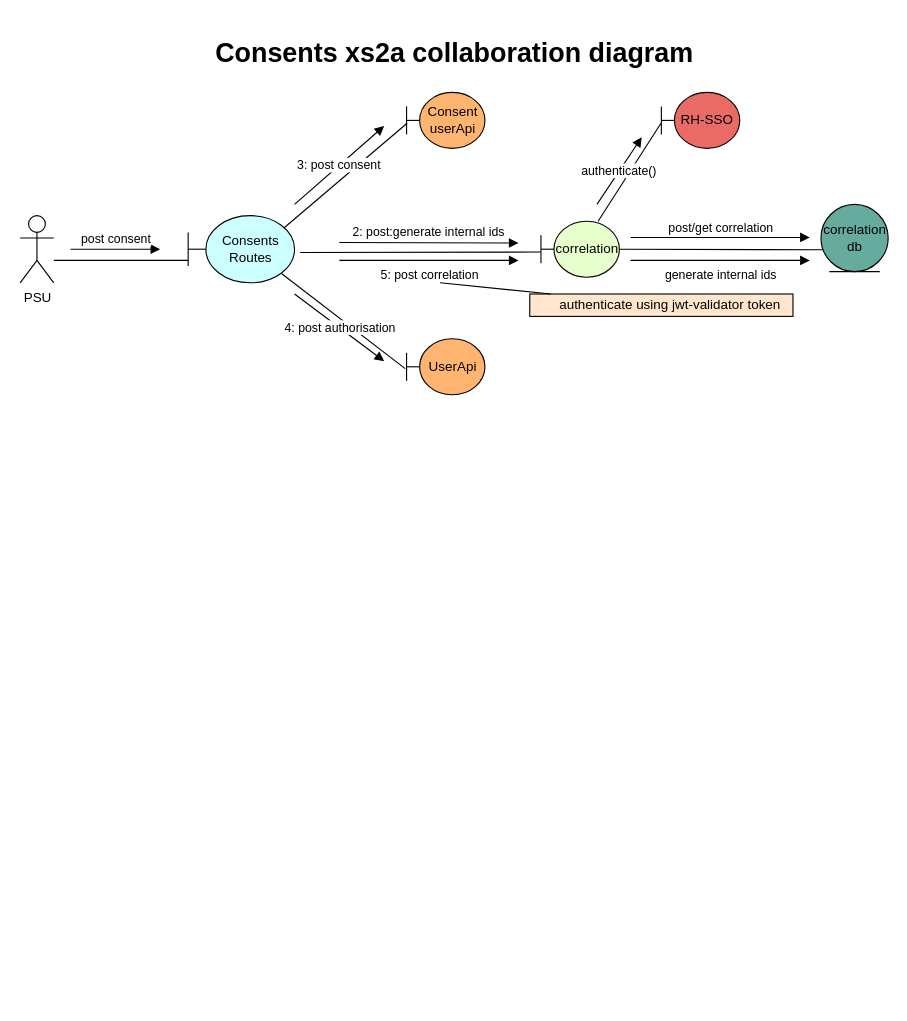
Before: Consents.drawio in zirconias/zirconias, a draw.io diagram. Source tidied: cells renumbered, new cells numbered last; positions are measured from the earlier drawing's top-left corner, leaving out a move shared by most shapes. Both pictures are drawn from the tidied source at 112%, with x=0, y=0 at pixel (20, 30).
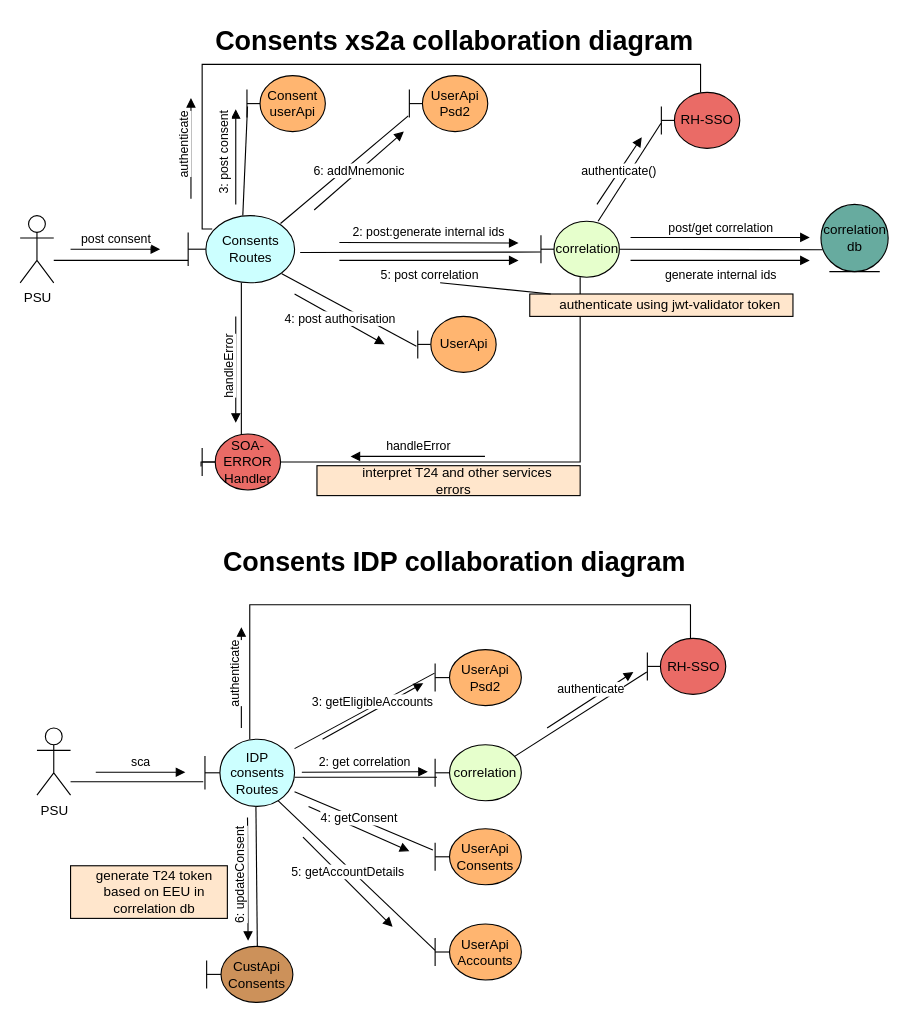
The same page after the edit.

The change refers to these unchanged cells:
```xml
<mxCell id="7" value="Consents&lt;br&gt;Routes&lt;br&gt;" style="shape=umlBoundary;whiteSpace=wrap;html=1;fillColor=#CCFFFF;" parent="1" vertex="1">
  <mxGeometry x="149.5" y="165" width="95" height="60" as="geometry" />
</mxCell>
<mxCell id="15" value="correlation" style="shape=umlBoundary;whiteSpace=wrap;html=1;fillColor=#E6FFCC;" parent="1" vertex="1">
  <mxGeometry x="464.5" y="170" width="70" height="50" as="geometry" />
</mxCell>
<mxCell id="23" value="RH-SSO" style="shape=umlBoundary;whiteSpace=wrap;html=1;fillColor=#EA6B66;" parent="1" vertex="1">
  <mxGeometry x="572" y="55" width="70" height="50" as="geometry" />
</mxCell>
```

What changed in the source:
```diff
@@
-    <mxCell id="4" style="rounded=0;jettySize=auto;html=1;exitX=0.897;exitY=0.188;exitDx=0;exitDy=0;exitPerimeter=0;endArrow=none;endFill=0;entryX=0.007;entryY=0.55;entryDx=0;entryDy=0;entryPerimeter=0;" parent="1" edge="1" source="7" target="10">
+    <mxCell id="4" style="rounded=0;jettySize=auto;html=1;endArrow=none;endFill=0;entryX=0.007;entryY=0.55;entryDx=0;entryDy=0;entryPerimeter=0;" parent="1" edge="1" source="7" target="10">
       <mxGeometry relative="1" as="geometry" />
     </mxCell>
@@
+    <mxCell id="29" style="edgeStyle=orthogonalEdgeStyle;rounded=0;jettySize=auto;html=1;endArrow=none;endFill=0;" parent="1" edge="1" source="7" target="34">
+      <mxGeometry relative="1" as="geometry" />
+    </mxCell>
+    <mxCell id="30" style="edgeStyle=none;rounded=0;jettySize=auto;html=1;entryX=-0.014;entryY=0.72;entryDx=0;entryDy=0;entryPerimeter=0;endArrow=none;endFill=0;exitX=0.868;exitY=0.117;exitDx=0;exitDy=0;exitPerimeter=0;" parent="1" edge="1" source="7" target="67">
+      <mxGeometry relative="1" as="geometry" />
+    </mxCell>
+    <mxCell id="31" style="edgeStyle=orthogonalEdgeStyle;rounded=0;jettySize=auto;html=1;endArrow=none;endFill=0;exitX=0.226;exitY=0.2;exitDx=0;exitDy=0;exitPerimeter=0;" parent="1" edge="1" source="7" target="23">
+      <mxGeometry relative="1" as="geometry">
+        <Array as="points">
+          <mxPoint x="162" y="177" />
+          <mxPoint x="162" y="30" />
+          <mxPoint x="607" y="30" />
+        </Array>
+      </mxGeometry>
+    </mxCell>
@@
-    <mxCell id="9" value="3: post consent&lt;br&gt;" style="verticalAlign=middle;endArrow=block;shadow=0;strokeColor=#000000;labelBorderColor=none;html=1;horizontal=1;fontStyle=0;" parent="1" edge="1">
-      <mxGeometry relative="1" as="geometry">
-        <mxPoint x="244.5" y="155" as="sourcePoint" />
-        <mxPoint x="324.5" y="85" as="targetPoint" />
+    <mxCell id="9" value="3: post consent&lt;br&gt;" style="verticalAlign=middle;endArrow=block;shadow=0;strokeColor=#000000;labelBorderColor=none;html=1;horizontal=0;fontStyle=0;" parent="1" edge="1">
+      <mxGeometry x="0.08" y="10" relative="1" as="geometry">
+        <mxPoint x="192" y="155" as="sourcePoint" />
+        <mxPoint x="192" y="70" as="targetPoint" />
       </mxGeometry>
     </mxCell>
     <mxCell id="10" value="Consent userApi&lt;br&gt;" style="shape=umlBoundary;whiteSpace=wrap;html=1;fillColor=#FFB570;" parent="1" vertex="1">
-      <mxGeometry x="344.5" y="55" width="70" height="50" as="geometry" />
+      <mxGeometry x="202" y="40" width="70" height="50" as="geometry" />
     </mxCell>
     <mxCell id="11" value="UserApi&lt;br&gt;" style="shape=umlBoundary;whiteSpace=wrap;html=1;fillColor=#FFB570;" parent="1" vertex="1">
-      <mxGeometry x="344.5" y="275" width="70" height="50" as="geometry" />
+      <mxGeometry x="354.5" y="255" width="70" height="50" as="geometry" />
     </mxCell>
     <mxCell id="12" value="4: post authorisation&lt;br&gt;" style="verticalAlign=middle;endArrow=block;shadow=0;strokeColor=#000000;labelBorderColor=none;html=1;horizontal=1;fontStyle=0;" parent="1" edge="1">
       <mxGeometry relative="1" as="geometry">
         <mxPoint x="244.5" y="235" as="sourcePoint" />
-        <mxPoint x="324.5" y="295" as="targetPoint" />
+        <mxPoint x="325" y="280" as="targetPoint" />
       </mxGeometry>
     </mxCell>
@@
+    <mxCell id="32" style="edgeStyle=orthogonalEdgeStyle;rounded=0;jettySize=auto;html=1;endArrow=none;endFill=0;entryX=-0.014;entryY=0.58;entryDx=0;entryDy=0;entryPerimeter=0;" parent="1" edge="1" source="15" target="34">
+      <mxGeometry relative="1" as="geometry">
+        <Array as="points">
+          <mxPoint x="500" y="385" />
+          <mxPoint x="161" y="385" />
+        </Array>
+      </mxGeometry>
+    </mxCell>
@@
     <mxCell id="28" value="Consents xs2a collaboration diagram" style="text;strokeColor=none;fillColor=none;html=1;fontSize=24;fontStyle=1;verticalAlign=middle;align=center;" parent="1" vertex="1">
-      <mxGeometry x="337" width="100" height="40" as="geometry" />
+      <mxGeometry x="337" y="-10" width="100" height="40" as="geometry" />
     </mxCell>
+    <mxCell id="33" value="Consents IDP collaboration diagram" style="text;strokeColor=none;fillColor=none;html=1;fontSize=24;fontStyle=1;verticalAlign=middle;align=center;" parent="1" vertex="1">
+      <mxGeometry x="337" y="455" width="100" height="40" as="geometry" />
+    </mxCell>
+    <mxCell id="34" value="SOA-ERROR&lt;br&gt;Handler&lt;br&gt;" style="shape=umlBoundary;whiteSpace=wrap;html=1;fillColor=#EA6B66;" parent="1" vertex="1">
+      <mxGeometry x="162" y="360" width="70" height="50" as="geometry" />
+    </mxCell>
+    <mxCell id="35" value="handleError" style="html=1;verticalAlign=bottom;endArrow=block;" parent="1" edge="1">
+      <mxGeometry relative="1" as="geometry">
+        <mxPoint x="414.5" y="380" as="sourcePoint" />
+        <mxPoint x="294.5" y="380" as="targetPoint" />
+      </mxGeometry>
+    </mxCell>
+    <mxCell id="36" value="handleError" style="html=1;verticalAlign=bottom;endArrow=block;horizontal=0;" parent="1" edge="1">
+      <mxGeometry relative="1" as="geometry">
+        <mxPoint x="192" y="255" as="sourcePoint" />
+        <mxPoint x="192" y="350" as="targetPoint" />
+      </mxGeometry>
+    </mxCell>
+    <mxCell id="37" style="group;" parent="1" vertex="1">
+      <mxGeometry x="264.5" y="375" width="235" height="90" as="geometry" />
+    </mxCell>
+    <mxCell id="38" style="group;" parent="37" vertex="1">
+      <mxGeometry width="235" height="80" as="geometry" />
+    </mxCell>
+    <mxCell id="39" style="rounded=0;whiteSpace=wrap;html=1;fillColor=#FFE6CC;" parent="38" vertex="1">
+      <mxGeometry y="13.3" width="235" height="26.7" as="geometry" />
+    </mxCell>
+    <mxCell id="40" value="interpret T24 and other services errors&amp;nbsp;&amp;nbsp;" style="text;html=1;strokeColor=none;fillColor=none;align=center;verticalAlign=middle;whiteSpace=wrap;rounded=0;" parent="38" vertex="1">
+      <mxGeometry x="20" y="13.3" width="210" height="26.7" as="geometry" />
+    </mxCell>
+    <mxCell id="41" style="edgeStyle=orthogonalEdgeStyle;rounded=0;jettySize=auto;html=1;entryX=-0.019;entryY=0.633;entryDx=0;entryDy=0;entryPerimeter=0;endArrow=none;endFill=0;" parent="1" edge="1" source="42" target="49">
+      <mxGeometry relative="1" as="geometry">
+        <Array as="points">
+          <mxPoint x="77" y="670.5" />
+          <mxPoint x="77" y="670.5" />
+        </Array>
+      </mxGeometry>
+    </mxCell>
+    <mxCell id="42" value="PSU&lt;br&gt;" style="shape=umlActor;verticalLabelPosition=bottom;labelBackgroundColor=#ffffff;verticalAlign=top;html=1;outlineConnect=0;" parent="1" vertex="1">
+      <mxGeometry x="14.5" y="622.5" width="30" height="60" as="geometry" />
+    </mxCell>
+    <mxCell id="43" style="edgeStyle=orthogonalEdgeStyle;rounded=0;jettySize=auto;html=1;entryX=0.021;entryY=0.58;entryDx=0;entryDy=0;entryPerimeter=0;endArrow=none;endFill=0;" parent="1" edge="1" source="49" target="52">
+      <mxGeometry relative="1" as="geometry">
+        <Array as="points">
+          <mxPoint x="277" y="666.5" />
+          <mxPoint x="277" y="666.5" />
+        </Array>
+      </mxGeometry>
+    </mxCell>
+    <mxCell id="44" style="rounded=0;jettySize=auto;html=1;entryX=-0.007;entryY=0.42;entryDx=0;entryDy=0;entryPerimeter=0;endArrow=none;endFill=0;" parent="1" edge="1" source="49" target="54">
+      <mxGeometry relative="1" as="geometry" />
+    </mxCell>
+    <mxCell id="45" style="edgeStyle=none;rounded=0;jettySize=auto;html=1;entryX=-0.026;entryY=0.38;entryDx=0;entryDy=0;entryPerimeter=0;endArrow=none;endFill=0;" parent="1" edge="1" source="49" target="56">
+      <mxGeometry relative="1" as="geometry" />
+    </mxCell>
+    <mxCell id="46" style="edgeStyle=none;rounded=0;jettySize=auto;html=1;entryX=0.591;entryY=0.5;entryDx=0;entryDy=0;entryPerimeter=0;endArrow=none;endFill=0;" parent="1" edge="1" target="58">
+      <mxGeometry relative="1" as="geometry">
+        <mxPoint x="210" y="692.5" as="sourcePoint" />
+      </mxGeometry>
+    </mxCell>
+    <mxCell id="47" style="edgeStyle=orthogonalEdgeStyle;rounded=0;jettySize=auto;html=1;endArrow=none;endFill=0;" parent="1" edge="1" source="49" target="65">
+      <mxGeometry relative="1" as="geometry">
+        <Array as="points">
+          <mxPoint x="205" y="512.5" />
+          <mxPoint x="598" y="512.5" />
+        </Array>
+      </mxGeometry>
+    </mxCell>
+    <mxCell id="48" style="rounded=0;jettySize=auto;html=1;entryX=0;entryY=0.47;entryDx=0;entryDy=0;entryPerimeter=0;endArrow=none;endFill=0;" parent="1" edge="1" target="71">
+      <mxGeometry relative="1" as="geometry">
+        <mxPoint x="222" y="680" as="sourcePoint" />
+      </mxGeometry>
+    </mxCell>
+    <mxCell id="49" value="IDP consents Routes" style="shape=umlBoundary;whiteSpace=wrap;html=1;fillColor=#CCFFFF;" parent="1" vertex="1">
+      <mxGeometry x="164.5" y="632.5" width="80" height="60" as="geometry" />
+    </mxCell>
+    <mxCell id="50" value="sca&lt;br&gt;" style="html=1;verticalAlign=bottom;endArrow=block;" parent="1" edge="1">
+      <mxGeometry relative="1" as="geometry">
+        <mxPoint x="67" y="662" as="sourcePoint" />
+        <mxPoint x="147" y="662" as="targetPoint" />
+      </mxGeometry>
+    </mxCell>
+    <mxCell id="51" style="edgeStyle=none;rounded=0;jettySize=auto;html=1;endArrow=none;endFill=0;exitX=0.909;exitY=0.22;exitDx=0;exitDy=0;exitPerimeter=0;" parent="1" edge="1" source="52">
+      <mxGeometry relative="1" as="geometry">
+        <mxPoint x="559" y="572.5" as="targetPoint" />
+      </mxGeometry>
+    </mxCell>
+    <mxCell id="52" value="correlation" style="shape=umlBoundary;whiteSpace=wrap;html=1;fillColor=#E6FFCC;" parent="1" vertex="1">
+      <mxGeometry x="370" y="637.5" width="77" height="50" as="geometry" />
+    </mxCell>
+    <mxCell id="53" value="2: get correlation&lt;br&gt;" style="html=1;verticalAlign=bottom;endArrow=block;" parent="1" edge="1">
+      <mxGeometry relative="1" as="geometry">
+        <mxPoint x="251" y="662" as="sourcePoint" />
+        <mxPoint x="363.5" y="661.5" as="targetPoint" />
+      </mxGeometry>
+    </mxCell>
+    <mxCell id="54" value="UserApi&lt;br&gt;Psd2&lt;br&gt;" style="shape=umlBoundary;whiteSpace=wrap;html=1;fillColor=#FFB570;" parent="1" vertex="1">
+      <mxGeometry x="370" y="552.5" width="77" height="50" as="geometry" />
+    </mxCell>
+    <mxCell id="55" value="3: getEligibleAccounts" style="html=1;verticalAlign=bottom;endArrow=block;" parent="1" edge="1">
+      <mxGeometry relative="1" as="geometry">
+        <mxPoint x="269.5" y="632.5" as="sourcePoint" />
+        <mxPoint x="359.5" y="582.5" as="targetPoint" />
+      </mxGeometry>
+    </mxCell>
+    <mxCell id="56" value="UserApi&lt;br&gt;Consents&lt;br&gt;" style="shape=umlBoundary;whiteSpace=wrap;html=1;fillColor=#FFB570;" parent="1" vertex="1">
+      <mxGeometry x="370" y="712.5" width="77" height="50" as="geometry" />
+    </mxCell>
+    <mxCell id="57" value="4: getConsent" style="html=1;verticalAlign=bottom;endArrow=block;" parent="1" edge="1">
+      <mxGeometry relative="1" as="geometry">
+        <mxPoint x="257" y="692.5" as="sourcePoint" />
+        <mxPoint x="347" y="732.5" as="targetPoint" />
+      </mxGeometry>
+    </mxCell>
+    <mxCell id="58" value="CustApi&lt;br&gt;Consents&lt;br&gt;" style="shape=umlBoundary;whiteSpace=wrap;html=1;fillColor=#CC915A;" parent="1" vertex="1">
+      <mxGeometry x="166" y="817.5" width="77" height="50" as="geometry" />
+    </mxCell>
+    <mxCell id="59" value="6: updateConsent" style="html=1;verticalAlign=bottom;endArrow=block;horizontal=0;" parent="1" edge="1">
+      <mxGeometry relative="1" as="geometry">
+        <mxPoint x="202.5" y="702.5" as="sourcePoint" />
+        <mxPoint x="203" y="812.5" as="targetPoint" />
+      </mxGeometry>
+    </mxCell>
+    <mxCell id="60" style="group;" parent="1" vertex="1">
+      <mxGeometry x="17" y="752.5" width="140" height="90" as="geometry" />
+    </mxCell>
+    <mxCell id="61" style="group;" parent="60" vertex="1">
+      <mxGeometry width="140" height="90" as="geometry" />
+    </mxCell>
+    <mxCell id="62" style="group;" parent="61" vertex="1">
+      <mxGeometry width="140" height="80" as="geometry" />
+    </mxCell>
+    <mxCell id="63" style="rounded=0;whiteSpace=wrap;html=1;fillColor=#FFE6CC;" parent="62" vertex="1">
+      <mxGeometry x="27.5" y="-7" width="140" height="47" as="geometry" />
+    </mxCell>
+    <mxCell id="64" value="generate T24 token based on EEU in correlation db" style="text;html=1;strokeColor=none;fillColor=none;align=center;verticalAlign=middle;whiteSpace=wrap;rounded=0;" parent="62" vertex="1">
+      <mxGeometry x="39.5" y="-7" width="125" height="47" as="geometry" />
+    </mxCell>
+    <mxCell id="65" value="RH-SSO" style="shape=umlBoundary;whiteSpace=wrap;html=1;fillColor=#EA6B66;" parent="1" vertex="1">
+      <mxGeometry x="559.5" y="542.5" width="70" height="50" as="geometry" />
+    </mxCell>
+    <mxCell id="66" value="authenticate" style="html=1;verticalAlign=bottom;endArrow=block;" parent="1" edge="1">
+      <mxGeometry relative="1" as="geometry">
+        <mxPoint x="470" y="622.5" as="sourcePoint" />
+        <mxPoint x="547" y="572.5" as="targetPoint" />
+      </mxGeometry>
+    </mxCell>
+    <mxCell id="67" value="UserApi&lt;br&gt;Psd2&lt;br&gt;" style="shape=umlBoundary;whiteSpace=wrap;html=1;fillColor=#FFB570;" parent="1" vertex="1">
+      <mxGeometry x="347" y="40" width="70" height="50" as="geometry" />
+    </mxCell>
+    <mxCell id="68" value="6: addMnemonic" style="html=1;verticalAlign=middle;endArrow=block;horizontal=1;" parent="1" edge="1">
+      <mxGeometry relative="1" as="geometry">
+        <mxPoint x="262" y="160" as="sourcePoint" />
+        <mxPoint x="342" y="90" as="targetPoint" />
+      </mxGeometry>
+    </mxCell>
+    <mxCell id="69" value="authenticate" style="html=1;verticalAlign=bottom;endArrow=block;horizontal=0;" parent="1" edge="1">
+      <mxGeometry relative="1" as="geometry">
+        <mxPoint x="152" y="150" as="sourcePoint" />
+        <mxPoint x="152" y="60" as="targetPoint" />
+      </mxGeometry>
+    </mxCell>
+    <mxCell id="70" value="authenticate" style="html=1;verticalAlign=bottom;endArrow=block;horizontal=0;" parent="1" edge="1">
+      <mxGeometry relative="1" as="geometry">
+        <mxPoint x="197" y="622.5" as="sourcePoint" />
+        <mxPoint x="197" y="532.5" as="targetPoint" />
+      </mxGeometry>
+    </mxCell>
+    <mxCell id="71" value="UserApi&lt;br&gt;Accounts&lt;br&gt;" style="shape=umlBoundary;whiteSpace=wrap;html=1;fillColor=#FFB570;" parent="1" vertex="1">
+      <mxGeometry x="370" y="797.5" width="77" height="50" as="geometry" />
+    </mxCell>
+    <mxCell id="72" value="5: getAccountDetails" style="html=1;verticalAlign=bottom;endArrow=block;" parent="1" edge="1">
+      <mxGeometry relative="1" as="geometry">
+        <mxPoint x="252" y="720" as="sourcePoint" />
+        <mxPoint x="332" y="800" as="targetPoint" />
+      </mxGeometry>
+    </mxCell>
```
